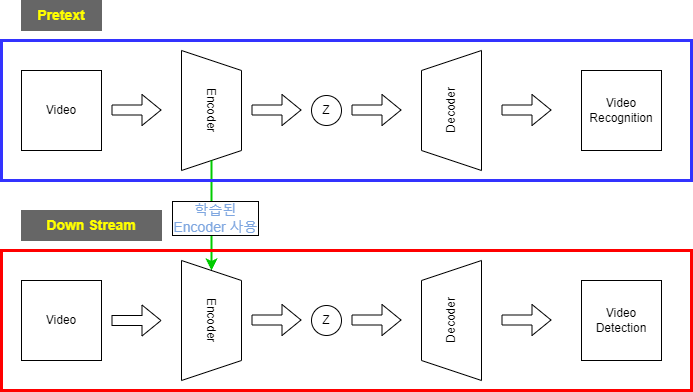
Above: 연구주제.drawio.png in Kyoungrae-Noh/Self-Supervised-Learning (draw.io), before the change. Source tidied: cells renumbered, new cells last; positions are measured from the earlier drawing's top-left corner, leaving out a move shared by most shapes.
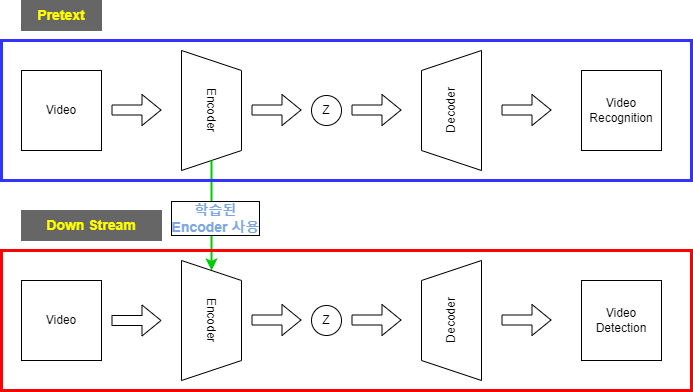
Later version of the same file.

Commit message:
연구주제.drawio.png 업데이트

What changed in the source:
```diff
@@ -46,7 +46,7 @@
         <mxPoint x="210" y="160" as="sourcePoint" />
       </mxGeometry>
     </mxCell>
-    <mxCell id="12" value="&lt;font color=&quot;#7ea6e0&quot;&gt;학습된 &lt;br&gt;Encoder 사용&lt;/font&gt;" style="edgeLabel;html=1;align=center;verticalAlign=middle;fontSize=14;fontColor=#FFFF00;labelBorderColor=default;" parent="11" vertex="1">
+    <mxCell id="12" value="&lt;font color=&quot;#7ea6e0&quot;&gt;&lt;b&gt;학습된 &lt;br&gt;Encoder 사용&lt;/b&gt;&lt;/font&gt;" style="edgeLabel;html=1;align=center;verticalAlign=middle;fontSize=14;fontColor=#FFFF00;labelBorderColor=default;" parent="11" vertex="1">
       <mxGeometry x="0.34" y="-4" relative="1" as="geometry">
         <mxPoint x="7" y="-17" as="offset" />
       </mxGeometry>
```
